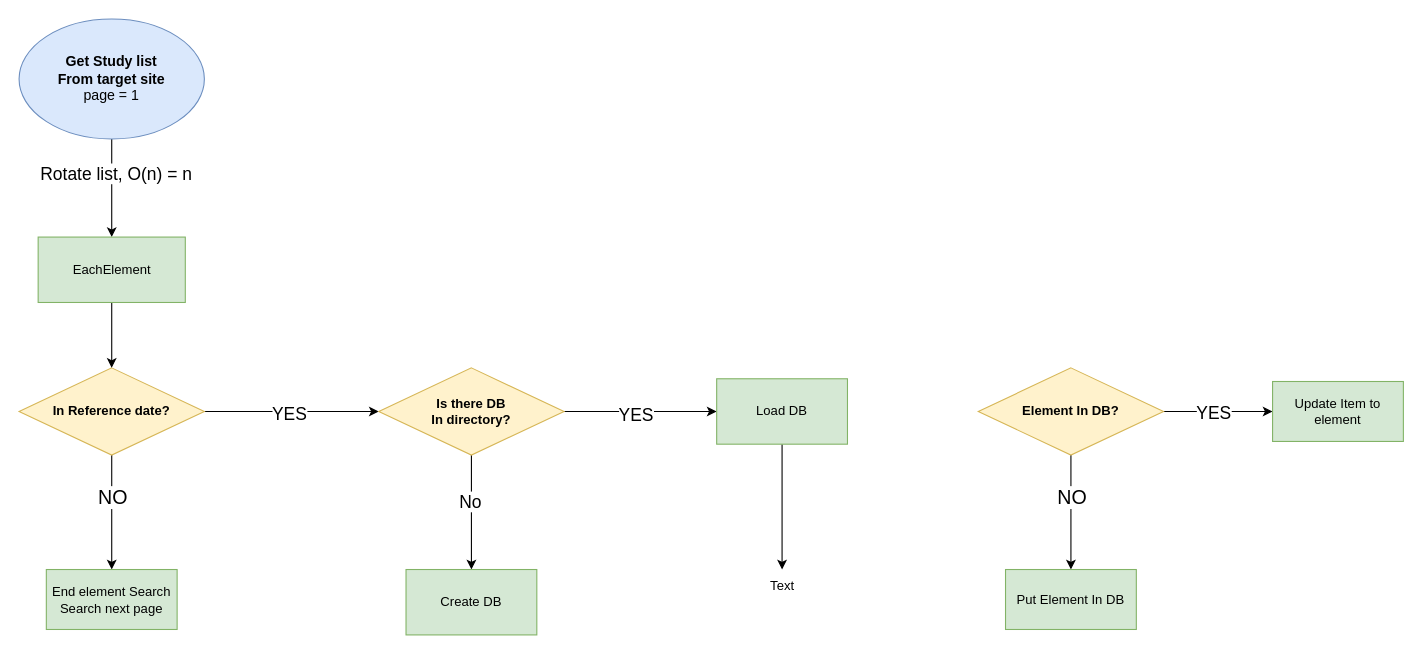
Before: 제목 없는 다이어그램.drawio in palet404/SuddenAtattack_SideProject-Scraping-, a draw.io diagram. Source tidied: cells renumbered, new cells numbered last; positions are measured from the earlier drawing's top-left corner, leaving out a move shared by most shapes. Both pictures are drawn from the tidied source at 109%, with x=0, y=0 at pixel (19, 19).
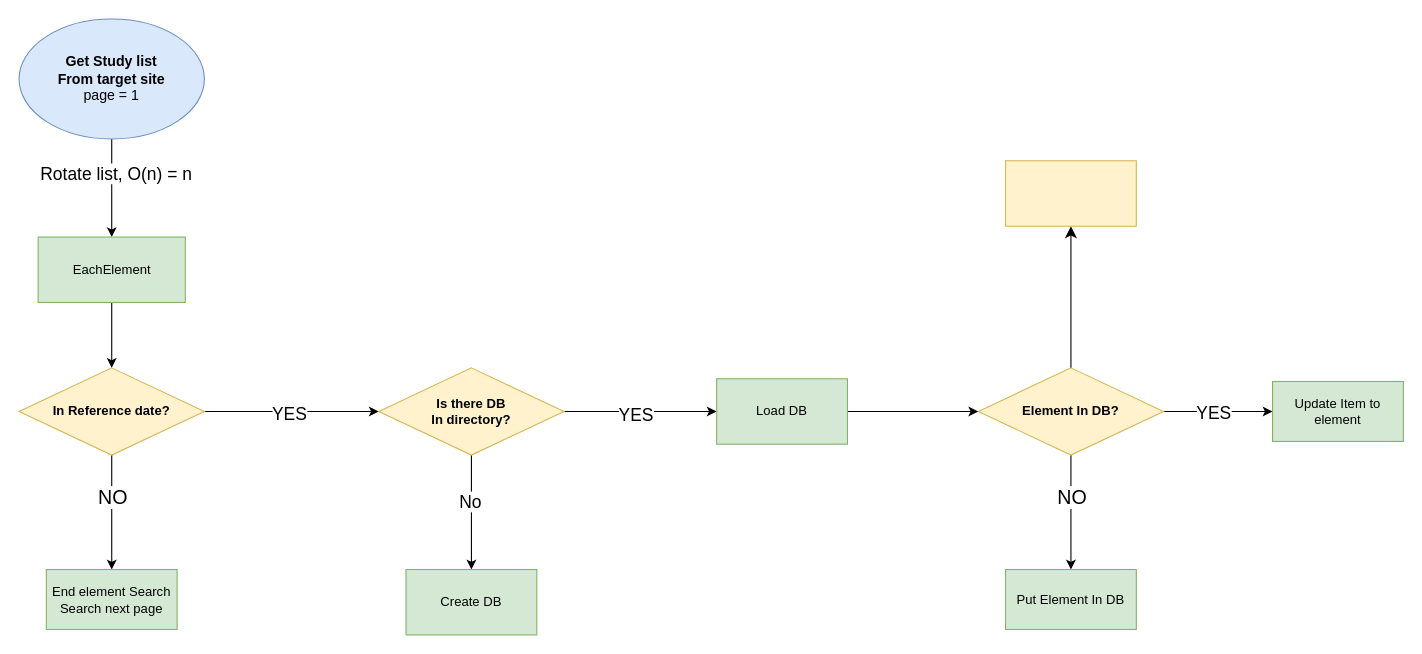
After the change.

Commit message:
제목 없는 다이어그램.drawio 업데이트

Unchanged cells that the change refers to:
```xml
<mxCell id="17" value="&lt;b&gt;Element In DB?&lt;/b&gt;" style="rhombus;whiteSpace=wrap;html=1;fillColor=#fff2cc;strokeColor=#d6b656;" parent="1" vertex="1">
  <mxGeometry x="880" y="320" width="170" height="80" as="geometry" />
</mxCell>
<mxCell id="27" value="Load DB" style="whiteSpace=wrap;html=1;fillColor=#d5e8d4;strokeColor=#82b366;" parent="1" vertex="1">
  <mxGeometry x="640" y="330" width="120" height="60" as="geometry" />
</mxCell>
```

Change to the diagram source:
```diff
@@
+    <mxCell id="29" style="edgeStyle=none;curved=1;rounded=0;jettySize=auto;html=1;fontSize=12;startSize=8;endSize=8;" parent="1" edge="1" source="17" target="30">
+      <mxGeometry relative="1" as="geometry" />
+    </mxCell>
@@
-    <mxCell id="26" style="edgeStyle=orthogonalEdgeStyle;rounded=0;jettySize=auto;html=1;" parent="1" edge="1" source="27" target="28">
+    <mxCell id="26" style="edgeStyle=orthogonalEdgeStyle;rounded=0;jettySize=auto;html=1;entryX=0;entryY=0.5;entryDx=0;entryDy=0;" parent="1" edge="1" source="27" target="17">
       <mxGeometry relative="1" as="geometry" />
     </mxCell>
@@
-    <mxCell id="28" value="Text" style="text;html=1;align=center;verticalAlign=middle;points=[];strokeColor=none;fillColor=none;" parent="1" vertex="1">
-      <mxGeometry x="675" y="505" width="50" height="30" as="geometry" />
-    </mxCell>
+    <mxCell id="30" style="whiteSpace=wrap;html=1;fillColor=#fff2cc;strokeColor=#d6b656;" parent="1" vertex="1">
+      <mxGeometry x="905" y="130" width="120" height="60" as="geometry" />
+    </mxCell>
```
